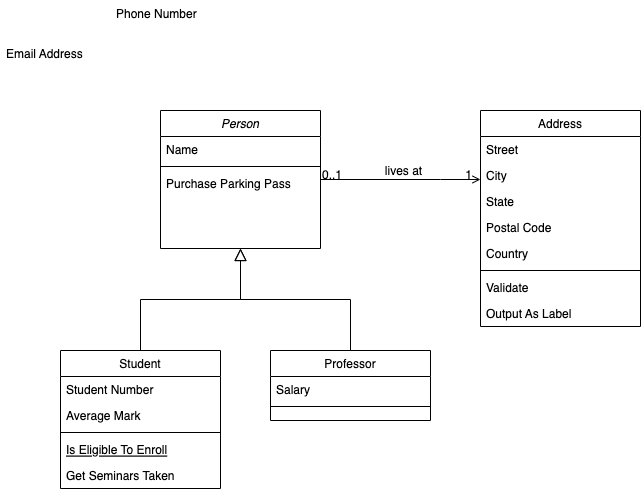
This is diagram.png from morbargig/CV-mfe-micro-front-end, a draw.io export, as it was before one commit. Source tidied: cells renumbered, new cells last; positions are measured from the earlier drawing's top-left corner, leaving out a move shared by most shapes.
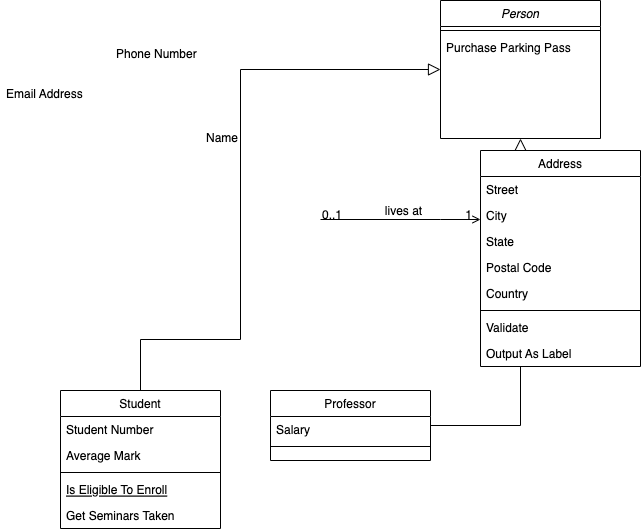
After the change.

The edit, as a diff of the source:
```diff
@@ -3,16 +3,13 @@
     <mxCell id="0" />
     <mxCell id="1" parent="0" />
     <mxCell id="2" value="Person" style="swimlane;fontStyle=2;align=center;verticalAlign=top;horizontal=1;startSize=26;swimlaneFillColor=#ffffff;rounded=0;shadow=0;strokeWidth=1;" parent="1" vertex="1">
-      <mxGeometry x="160" y="110" width="160" height="138" as="geometry" />
+      <mxGeometry x="440" y="-40" width="160" height="138" as="geometry" />
     </mxCell>
-    <mxCell id="3" value="Name" style="text;strokeColor=none;fillColor=none;align=left;verticalAlign=top;spacingLeft=4;spacingRight=4;overflow=hidden;" parent="2" vertex="1">
-      <mxGeometry y="26" width="160" height="26" as="geometry" />
-    </mxCell>
     <mxCell id="4" style="line;html=1;strokeWidth=1;fillColor=none;align=left;verticalAlign=middle;spacingTop=-1;spacingLeft=3;spacingRight=3;labelPosition=right;" parent="2" vertex="1">
-      <mxGeometry y="52" width="160" height="8" as="geometry" />
+      <mxGeometry y="26" width="160" height="8" as="geometry" />
     </mxCell>
     <mxCell id="5" value="Purchase Parking Pass" style="text;strokeColor=none;fillColor=none;align=left;verticalAlign=top;spacingLeft=4;spacingRight=4;overflow=hidden;" parent="2" vertex="1">
-      <mxGeometry y="60" width="160" height="26" as="geometry" />
+      <mxGeometry y="34" width="160" height="26" as="geometry" />
     </mxCell>
     <mxCell id="6" value="Student" style="swimlane;fontStyle=0;align=center;verticalAlign=top;horizontal=1;startSize=26;swimlaneFillColor=#ffffff;rounded=0;shadow=0;strokeWidth=1;" parent="1" vertex="1">
       <mxGeometry x="60" y="350" width="160" height="138" as="geometry" />
@@ -111,5 +108,8 @@
     <mxCell id="31" value="Email Address" style="text;strokeColor=none;fillColor=none;align=left;verticalAlign=top;spacingLeft=4;spacingRight=4;overflow=hidden;rounded=0;shadow=0;html=0;" parent="1" vertex="1">
       <mxGeometry y="40" width="160" height="26" as="geometry" />
     </mxCell>
+    <mxCell id="3" value="Name" style="text;strokeColor=none;fillColor=none;align=left;verticalAlign=top;spacingLeft=4;spacingRight=4;overflow=hidden;" parent="1" vertex="1">
+      <mxGeometry x="200" y="84" width="160" height="26" as="geometry" />
+    </mxCell>
   </root>
 </mxGraphModel>
```
